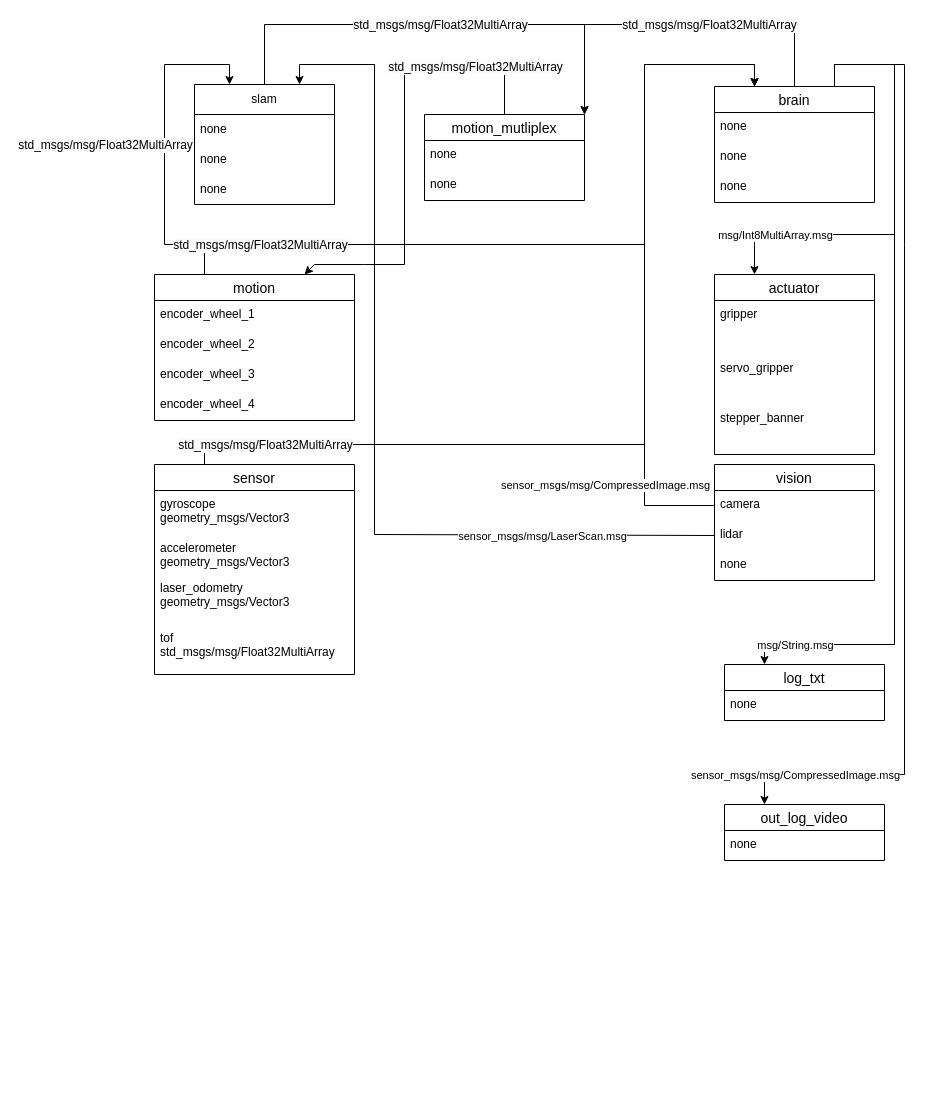
Earlier version of the draw.io diagram software/software_cdf_2025.drawio (Betamax58/coupe-de-france). Source tidied: cells renumbered, new cells numbered last; positions are measured from the earlier drawing's top-left corner, leaving out a move shared by most shapes. Both pictures are drawn from the tidied source at 100%, with x=0, y=0 at pixel (154, 24).
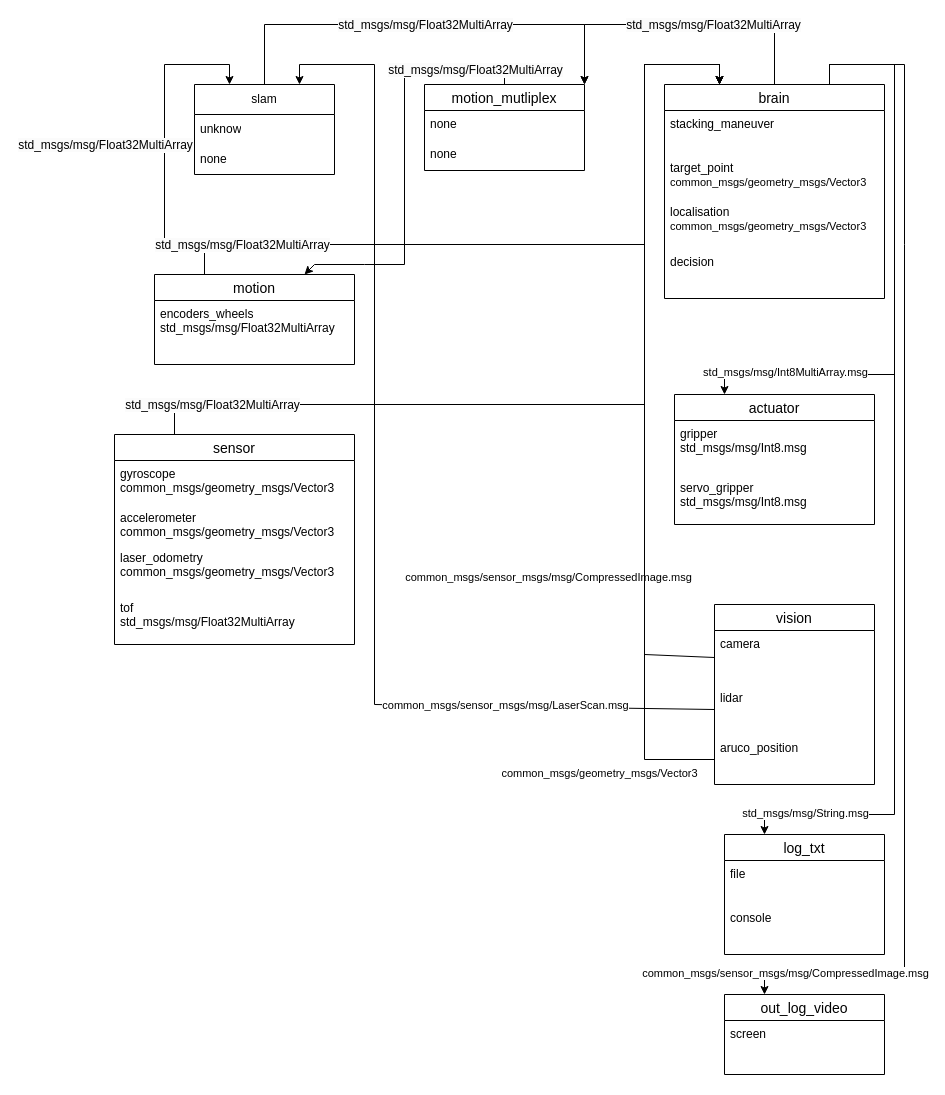
The same diagram, later.

Commit message (it also covers changes not shown here):
Mettre à jour software_cdf_2025.drawio

The change refers to these unchanged cells:
```xml
<mxCell id="47" style="endArrow=classic;html=1;rounded=0;exitX=0.5;exitY=0;exitDx=0;exitDy=0;entryX=0.75;entryY=0;entryDx=0;entryDy=0;" parent="1" edge="1" source="38" target="15">
  <mxGeometry relative="1" as="geometry">
    <Array as="points">
      <mxPoint x="350" y="40" />
      <mxPoint x="250" y="40" />
      <mxPoint x="250" y="240" />
      <mxPoint x="210" y="240" />
      <mxPoint x="160" y="240" />
    </Array>
  </mxGeometry>
</mxCell>
```

Change to the diagram source:
```diff
@@
     <mxCell id="2" value="actuator" style="swimlane;fontStyle=0;horizontal=1;startSize=26;align=center;fontSize=14;" parent="1" vertex="1">
-      <mxGeometry x="560" y="250" width="160" height="180" as="geometry" />
+      <mxGeometry x="520" y="370" width="200" height="130" as="geometry" />
     </mxCell>
-    <mxCell id="3" value="gripper" style="text;strokeColor=none;fillColor=none;spacingLeft=4;spacingRight=4;overflow=hidden;fontSize=12;whiteSpace=wrap;html=1;" parent="2" vertex="1">
-      <mxGeometry y="26" width="160" height="54" as="geometry" />
+    <mxCell id="3" value="gripper&lt;br&gt;&lt;div&gt;std_msgs/msg&lt;span style=&quot;background-color: initial;&quot;&gt;/Int8.msg&lt;/span&gt;&lt;/div&gt;&lt;div&gt;&lt;br&gt;&lt;/div&gt;" style="text;strokeColor=none;fillColor=none;spacingLeft=4;spacingRight=4;overflow=hidden;fontSize=12;whiteSpace=wrap;html=1;" parent="2" vertex="1">
+      <mxGeometry y="26" width="200" height="54" as="geometry" />
     </mxCell>
-    <mxCell id="4" value="servo_gripper" style="text;strokeColor=none;fillColor=none;spacingLeft=4;spacingRight=4;overflow=hidden;fontSize=12;whiteSpace=wrap;html=1;" parent="2" vertex="1">
-      <mxGeometry y="80" width="160" height="50" as="geometry" />
+    <mxCell id="4" value="servo_gripper&lt;br&gt;std_msgs/msg&lt;span style=&quot;background-color: initial;&quot;&gt;/Int8.msg&lt;/span&gt;" style="text;strokeColor=none;fillColor=none;spacingLeft=4;spacingRight=4;overflow=hidden;fontSize=12;whiteSpace=wrap;html=1;" parent="2" vertex="1">
+      <mxGeometry y="80" width="200" height="50" as="geometry" />
     </mxCell>
-    <mxCell id="5" value="stepper_banner" style="text;strokeColor=none;fillColor=none;spacingLeft=4;spacingRight=4;overflow=hidden;fontSize=12;whiteSpace=wrap;html=1;" parent="2" vertex="1">
-      <mxGeometry y="130" width="160" height="50" as="geometry" />
-    </mxCell>
     <mxCell id="6" value="vision" style="swimlane;fontStyle=0;horizontal=1;startSize=26;align=center;fontSize=14;" parent="1" vertex="1">
-      <mxGeometry x="560" y="440" width="160" height="116" as="geometry" />
+      <mxGeometry x="560" y="580" width="160" height="180" as="geometry" />
     </mxCell>
     <mxCell id="7" value="camera" style="text;strokeColor=none;fillColor=none;spacingLeft=4;spacingRight=4;overflow=hidden;points=[[0,0.5],[1,0.5]];portConstraint=eastwest;fontSize=12;whiteSpace=wrap;html=1;" parent="6" vertex="1">
-      <mxGeometry y="26" width="160" height="30" as="geometry" />
+      <mxGeometry y="26" width="160" height="54" as="geometry" />
     </mxCell>
     <mxCell id="8" value="lidar" style="text;strokeColor=none;fillColor=none;spacingLeft=4;spacingRight=4;overflow=hidden;points=[[0,0.5],[1,0.5]];portConstraint=eastwest;fontSize=12;whiteSpace=wrap;html=1;" parent="6" vertex="1">
-      <mxGeometry y="56" width="160" height="30" as="geometry" />
+      <mxGeometry y="80" width="160" height="50" as="geometry" />
     </mxCell>
-    <mxCell id="9" value="none" style="text;strokeColor=none;fillColor=none;spacingLeft=4;spacingRight=4;overflow=hidden;points=[[0,0.5],[1,0.5]];portConstraint=eastwest;fontSize=12;whiteSpace=wrap;html=1;" parent="6" vertex="1">
-      <mxGeometry y="86" width="160" height="30" as="geometry" />
+    <mxCell id="9" value="aruco_position" style="text;strokeColor=none;fillColor=none;spacingLeft=4;spacingRight=4;overflow=hidden;points=[[0,0.5],[1,0.5]];portConstraint=eastwest;fontSize=12;whiteSpace=wrap;html=1;" parent="6" vertex="1">
+      <mxGeometry y="130" width="160" height="50" as="geometry" />
     </mxCell>
     <mxCell id="10" value="sensor" style="swimlane;fontStyle=0;horizontal=1;startSize=26;align=center;fontSize=14;" parent="1" vertex="1">
-      <mxGeometry y="440" width="200" height="210" as="geometry" />
+      <mxGeometry x="-40" y="410" width="240" height="210" as="geometry" />
     </mxCell>
-    <mxCell id="11" value="gyroscope&lt;br&gt;geometry_msgs/Vector3" style="text;strokeColor=none;fillColor=none;spacingLeft=4;spacingRight=4;overflow=hidden;fontSize=12;whiteSpace=wrap;html=1;" parent="10" vertex="1">
-      <mxGeometry y="26" width="200" height="44" as="geometry" />
+    <mxCell id="11" value="gyroscope&lt;br&gt;common_msgs/geometry_msgs/Vector3" style="text;strokeColor=none;fillColor=none;spacingLeft=4;spacingRight=4;overflow=hidden;fontSize=12;whiteSpace=wrap;html=1;" parent="10" vertex="1">
+      <mxGeometry y="26" width="240" height="44" as="geometry" />
     </mxCell>
-    <mxCell id="12" value="accelerometer&lt;div&gt;geometry_msgs/Vector3&lt;/div&gt;" style="text;strokeColor=none;fillColor=none;spacingLeft=4;spacingRight=4;overflow=hidden;fontSize=12;whiteSpace=wrap;html=1;" parent="10" vertex="1">
-      <mxGeometry y="70" width="200" height="40" as="geometry" />
+    <mxCell id="12" value="accelerometer&lt;br&gt;common_msgs/&lt;span style=&quot;background-color: initial;&quot;&gt;geometry_msgs/Vector3&lt;/span&gt;" style="text;strokeColor=none;fillColor=none;spacingLeft=4;spacingRight=4;overflow=hidden;fontSize=12;whiteSpace=wrap;html=1;" parent="10" vertex="1">
+      <mxGeometry y="70" width="240" height="40" as="geometry" />
     </mxCell>
-    <mxCell id="13" value="laser_odometry&lt;div&gt;geometry_msgs/Vector3&lt;/div&gt;" style="text;strokeColor=none;fillColor=none;spacingLeft=4;spacingRight=4;overflow=hidden;fontSize=12;whiteSpace=wrap;html=1;" parent="10" vertex="1">
-      <mxGeometry y="110" width="200" height="50" as="geometry" />
+    <mxCell id="13" value="laser_odometry&lt;br&gt;common_msgs/&lt;span style=&quot;background-color: initial;&quot;&gt;geometry_msgs/Vector3&lt;/span&gt;" style="text;strokeColor=none;fillColor=none;spacingLeft=4;spacingRight=4;overflow=hidden;fontSize=12;whiteSpace=wrap;html=1;" parent="10" vertex="1">
+      <mxGeometry y="110" width="240" height="50" as="geometry" />
     </mxCell>
     <mxCell id="14" value="tof&lt;div&gt;std_msgs/msg/Float32MultiArray&lt;/div&gt;" style="text;strokeColor=none;fillColor=none;spacingLeft=4;spacingRight=4;overflow=hidden;fontSize=12;whiteSpace=wrap;html=1;" parent="10" vertex="1">
-      <mxGeometry y="160" width="200" height="50" as="geometry" />
+      <mxGeometry y="160" width="240" height="50" as="geometry" />
     </mxCell>
     <mxCell id="15" value="motion" style="swimlane;fontStyle=0;horizontal=1;startSize=26;align=center;fontSize=14;" parent="1" vertex="1">
-      <mxGeometry y="250" width="200" height="146" as="geometry" />
+      <mxGeometry y="250" width="200" height="90" as="geometry" />
     </mxCell>
-    <mxCell id="16" value="encoder_wheel_1" style="text;strokeColor=none;fillColor=none;spacingLeft=4;spacingRight=4;overflow=hidden;fontSize=12;whiteSpace=wrap;html=1;" parent="15" vertex="1">
-      <mxGeometry y="26" width="200" height="30" as="geometry" />
+    <mxCell id="16" value="encoders_wheels&lt;br&gt;std_msgs/msg/Float32MultiArray" style="text;strokeColor=none;fillColor=none;spacingLeft=4;spacingRight=4;overflow=hidden;fontSize=12;whiteSpace=wrap;html=1;" parent="15" vertex="1">
+      <mxGeometry y="26" width="200" height="64" as="geometry" />
     </mxCell>
-    <mxCell id="17" value="encoder_wheel_2" style="text;strokeColor=none;fillColor=none;spacingLeft=4;spacingRight=4;overflow=hidden;fontSize=12;whiteSpace=wrap;html=1;" parent="15" vertex="1">
-      <mxGeometry y="56" width="200" height="30" as="geometry" />
-    </mxCell>
-    <mxCell id="18" value="encoder_wheel_3" style="text;strokeColor=none;fillColor=none;spacingLeft=4;spacingRight=4;overflow=hidden;fontSize=12;whiteSpace=wrap;html=1;" parent="15" vertex="1">
-      <mxGeometry y="86" width="200" height="30" as="geometry" />
-    </mxCell>
-    <mxCell id="19" value="encoder_wheel_4" style="text;strokeColor=none;fillColor=none;spacingLeft=4;spacingRight=4;overflow=hidden;fontSize=12;whiteSpace=wrap;html=1;" parent="15" vertex="1">
-      <mxGeometry y="116" width="200" height="30" as="geometry" />
-    </mxCell>
     <mxCell id="20" value="brain" style="swimlane;fontStyle=0;horizontal=1;startSize=26;align=center;fontSize=14;" parent="1" vertex="1">
-      <mxGeometry x="560" y="62" width="160" height="116" as="geometry" />
+      <mxGeometry x="510" y="60" width="220" height="214" as="geometry" />
     </mxCell>
-    <mxCell id="21" value="none" style="text;strokeColor=none;fillColor=none;spacingLeft=4;spacingRight=4;overflow=hidden;fontSize=12;whiteSpace=wrap;html=1;" parent="20" vertex="1">
-      <mxGeometry y="26" width="160" height="30" as="geometry" />
+    <mxCell id="21" value="stacking_maneuver" style="text;strokeColor=none;fillColor=none;spacingLeft=4;spacingRight=4;overflow=hidden;fontSize=12;whiteSpace=wrap;html=1;" parent="20" vertex="1">
+      <mxGeometry y="26" width="220" height="44" as="geometry" />
     </mxCell>
-    <mxCell id="22" value="none" style="text;strokeColor=none;fillColor=none;spacingLeft=4;spacingRight=4;overflow=hidden;fontSize=12;whiteSpace=wrap;html=1;" parent="20" vertex="1">
-      <mxGeometry y="56" width="160" height="30" as="geometry" />
+    <mxCell id="22" value="target_point&lt;br&gt;&lt;span style=&quot;font-size: 11px; text-align: center; text-wrap-mode: nowrap; background-color: rgb(255, 255, 255);&quot;&gt;common_msgs/geometry_msgs/Vector3&lt;/span&gt;" style="text;strokeColor=none;fillColor=none;spacingLeft=4;spacingRight=4;overflow=hidden;fontSize=12;whiteSpace=wrap;html=1;" parent="20" vertex="1">
+      <mxGeometry y="70" width="220" height="44" as="geometry" />
     </mxCell>
-    <mxCell id="23" value="none" style="text;strokeColor=none;fillColor=none;spacingLeft=4;spacingRight=4;overflow=hidden;fontSize=12;whiteSpace=wrap;html=1;" parent="20" vertex="1">
-      <mxGeometry y="86" width="160" height="30" as="geometry" />
+    <mxCell id="23" value="localisation&lt;div&gt;&lt;span style=&quot;font-size: 11px; text-align: center; text-wrap-mode: nowrap; background-color: rgb(255, 255, 255);&quot;&gt;common_msgs/geometry_msgs/Vector3&lt;/span&gt;&lt;/div&gt;" style="text;strokeColor=none;fillColor=none;spacingLeft=4;spacingRight=4;overflow=hidden;fontSize=12;whiteSpace=wrap;html=1;" parent="20" vertex="1">
+      <mxGeometry y="114" width="220" height="50" as="geometry" />
     </mxCell>
+    <mxCell id="57" value="decision" style="text;strokeColor=none;fillColor=none;spacingLeft=4;spacingRight=4;overflow=hidden;fontSize=12;whiteSpace=wrap;html=1;" parent="20" vertex="1">
+      <mxGeometry y="164" width="220" height="50" as="geometry" />
+    </mxCell>
     <mxCell id="24" value="slam" style="swimlane;fontStyle=0;horizontal=1;startSize=30;whiteSpace=wrap;html=1;" parent="1" vertex="1">
-      <mxGeometry x="40" y="60" width="140" height="120" as="geometry" />
+      <mxGeometry x="40" y="60" width="140" height="90" as="geometry" />
     </mxCell>
-    <mxCell id="25" value="none" style="text;strokeColor=none;fillColor=none;align=left;verticalAlign=middle;spacingLeft=4;spacingRight=4;overflow=hidden;whiteSpace=wrap;html=1;" parent="24" vertex="1">
+    <mxCell id="25" value="unknow" style="text;strokeColor=none;fillColor=none;align=left;verticalAlign=middle;spacingLeft=4;spacingRight=4;overflow=hidden;whiteSpace=wrap;html=1;" parent="24" vertex="1">
       <mxGeometry y="30" width="140" height="30" as="geometry" />
     </mxCell>
@@
-    <mxCell id="27" value="none" style="text;strokeColor=none;fillColor=none;align=left;verticalAlign=middle;spacingLeft=4;spacingRight=4;overflow=hidden;whiteSpace=wrap;html=1;" parent="24" vertex="1">
-      <mxGeometry y="90" width="140" height="30" as="geometry" />
-    </mxCell>
@@
     <mxCell id="30" style="endArrow=classic;html=1;rounded=0;exitX=0;exitY=0.5;exitDx=0;exitDy=0;entryX=0.75;entryY=0;entryDx=0;entryDy=0;" parent="1" edge="1" source="8" target="24">
       <mxGeometry relative="1" as="geometry">
         <Array as="points">
-          <mxPoint x="220" y="510" />
+          <mxPoint x="220" y="680" />
           <mxPoint x="220" y="40" />
           <mxPoint x="145" y="40" />
         </Array>
       </mxGeometry>
     </mxCell>
-    <mxCell id="31" value="sensor_msgs/msg/LaserScan.msg" style="edgeLabel;html=1;align=center;verticalAlign=middle;" parent="30" vertex="1">
+    <mxCell id="31" value="common_msgs/sensor_msgs/msg/LaserScan.msg" style="edgeLabel;html=1;align=center;verticalAlign=middle;" parent="30" vertex="1">
       <mxGeometry relative="1" as="geometry">
-        <mxPoint x="167" y="114" as="offset" />
+        <mxPoint x="130" y="198" as="offset" />
       </mxGeometry>
     </mxCell>
     <mxCell id="32" style="endArrow=classic;html=1;rounded=0;entryX=0.25;entryY=0;entryDx=0;entryDy=0;exitX=0.25;exitY=0;exitDx=0;exitDy=0;" parent="1" edge="1" source="10" target="20">
       <mxGeometry relative="1" as="geometry">
         <Array as="points">
-          <mxPoint x="50" y="420" />
-          <mxPoint x="490" y="420" />
+          <mxPoint x="20" y="380" />
+          <mxPoint x="490" y="380" />
           <mxPoint x="490" y="40" />
-          <mxPoint x="600" y="40" />
+          <mxPoint x="565" y="40" />
         </Array>
       </mxGeometry>
     </mxCell>
     <mxCell id="33" value="&lt;span style=&quot;font-size: 12px; text-align: left; text-wrap-mode: wrap; background-color: rgb(251, 251, 251);&quot;&gt;std_msgs/msg/Float32MultiArray&lt;/span&gt;" style="edgeLabel;html=1;align=center;verticalAlign=middle;" parent="32" vertex="1">
       <mxGeometry relative="1" as="geometry">
-        <mxPoint x="-380" y="26" as="offset" />
+        <mxPoint x="-401" as="offset" />
       </mxGeometry>
     </mxCell>
     <mxCell id="34" style="endArrow=classic;html=1;rounded=0;exitX=0.75;exitY=0;exitDx=0;exitDy=0;entryX=0.25;entryY=0;entryDx=0;entryDy=0;" parent="1" edge="1" source="20" target="2">
       <mxGeometry relative="1" as="geometry">
         <Array as="points">
-          <mxPoint x="680" y="40" />
+          <mxPoint x="675" y="40" />
           <mxPoint x="740" y="40" />
-          <mxPoint x="740" y="210" />
-          <mxPoint x="600" y="210" />
+          <mxPoint x="740" y="350" />
+          <mxPoint x="570" y="350" />
         </Array>
       </mxGeometry>
     </mxCell>
-    <mxCell id="35" value="msg/Int8MultiArray.msg" style="edgeLabel;html=1;align=center;verticalAlign=middle;" parent="34" vertex="1">
+    <mxCell id="35" value="std_msgs/msg/Int8MultiArray.msg" style="edgeLabel;html=1;align=center;verticalAlign=middle;" parent="34" vertex="1">
       <mxGeometry relative="1" as="geometry">
-        <mxPoint x="-120" y="36" as="offset" />
+        <mxPoint x="-110" y="99" as="offset" />
       </mxGeometry>
     </mxCell>
     <mxCell id="36" style="endArrow=classic;html=1;rounded=0;exitX=0;exitY=0.5;exitDx=0;exitDy=0;entryX=0.25;entryY=0;entryDx=0;entryDy=0;" parent="1" edge="1" source="7" target="20">
       <mxGeometry relative="1" as="geometry">
         <Array as="points">
-          <mxPoint x="490" y="481" />
+          <mxPoint x="490" y="630" />
           <mxPoint x="490" y="40" />
-          <mxPoint x="600" y="40" />
+          <mxPoint x="565" y="40" />
         </Array>
       </mxGeometry>
     </mxCell>
-    <mxCell id="37" value="sensor_msgs/msg/CompressedImage.msg" style="edgeLabel;html=1;align=center;verticalAlign=middle;" parent="36" vertex="1">
+    <mxCell id="37" value="common_msgs/sensor_msgs/msg/CompressedImage.msg" style="edgeLabel;html=1;align=center;verticalAlign=middle;" parent="36" vertex="1">
       <mxGeometry relative="1" as="geometry">
-        <mxPoint x="-40" y="231" as="offset" />
+        <mxPoint x="-97" y="230" as="offset" />
       </mxGeometry>
     </mxCell>
     <mxCell id="38" value="motion_mutliplex" style="swimlane;fontStyle=0;horizontal=1;startSize=26;align=center;fontSize=14;" parent="1" vertex="1">
-      <mxGeometry x="270" y="90" width="160" height="86" as="geometry" />
+      <mxGeometry x="270" y="60" width="160" height="86" as="geometry" />
     </mxCell>
@@
     <mxCell id="41" style="endArrow=classic;html=1;rounded=0;exitX=0.5;exitY=0;exitDx=0;exitDy=0;entryX=1;entryY=0;entryDx=0;entryDy=0;" parent="1" edge="1" source="20" target="38">
       <mxGeometry relative="1" as="geometry">
         <Array as="points">
-          <mxPoint x="640" />
+          <mxPoint x="620" />
           <mxPoint x="430" />
         </Array>
       </mxGeometry>
     </mxCell>
@@
     <mxCell id="45" style="endArrow=classic;html=1;rounded=0;exitX=0.25;exitY=0;exitDx=0;exitDy=0;entryX=0.25;entryY=0;entryDx=0;entryDy=0;" parent="1" edge="1" source="15" target="20">
       <mxGeometry relative="1" as="geometry">
         <Array as="points">
           <mxPoint x="50" y="220" />
           <mxPoint x="120" y="220" />
           <mxPoint x="340" y="220" />
           <mxPoint x="180" y="220" />
           <mxPoint x="160" y="220" />
           <mxPoint x="490" y="220" />
           <mxPoint x="490" y="40" />
-          <mxPoint x="600" y="40" />
+          <mxPoint x="565" y="40" />
         </Array>
       </mxGeometry>
     </mxCell>
@@
     <mxCell id="48" value="&lt;span style=&quot;font-size: 12px; text-align: left; text-wrap-mode: wrap; background-color: rgb(251, 251, 251);&quot;&gt;std_msgs/msg/Float32MultiArray&lt;/span&gt;" style="edgeLabel;html=1;align=center;verticalAlign=middle;" parent="47" vertex="1">
       <mxGeometry relative="1" as="geometry">
-        <mxPoint x="70" y="-75" as="offset" />
+        <mxPoint x="70" y="-87" as="offset" />
       </mxGeometry>
     </mxCell>
     <mxCell id="49" value="log_txt" style="swimlane;fontStyle=0;horizontal=1;startSize=26;align=center;fontSize=14;" parent="1" vertex="1">
-      <mxGeometry x="570" y="640" width="160" height="56" as="geometry" />
+      <mxGeometry x="570" y="810" width="160" height="120" as="geometry" />
     </mxCell>
-    <mxCell id="50" value="none" style="text;strokeColor=none;fillColor=none;spacingLeft=4;spacingRight=4;overflow=hidden;fontSize=12;whiteSpace=wrap;html=1;" parent="49" vertex="1">
-      <mxGeometry y="26" width="160" height="30" as="geometry" />
+    <mxCell id="50" value="file" style="text;strokeColor=none;fillColor=none;spacingLeft=4;spacingRight=4;overflow=hidden;fontSize=12;whiteSpace=wrap;html=1;" parent="49" vertex="1">
+      <mxGeometry y="26" width="160" height="44" as="geometry" />
     </mxCell>
+    <mxCell id="58" value="console" style="text;strokeColor=none;fillColor=none;spacingLeft=4;spacingRight=4;overflow=hidden;fontSize=12;whiteSpace=wrap;html=1;" parent="49" vertex="1">
+      <mxGeometry y="70" width="160" height="50" as="geometry" />
+    </mxCell>
     <mxCell id="51" style="endArrow=classic;html=1;rounded=0;exitX=0.75;exitY=0;exitDx=0;exitDy=0;entryX=0.25;entryY=0;entryDx=0;entryDy=0;" parent="1" edge="1" source="20" target="49">
       <mxGeometry relative="1" as="geometry">
         <Array as="points">
-          <mxPoint x="680" y="40" />
+          <mxPoint x="675" y="40" />
           <mxPoint x="740" y="40" />
           <mxPoint x="740" y="210" />
-          <mxPoint x="740" y="620" />
-          <mxPoint x="610" y="620" />
+          <mxPoint x="740" y="790" />
+          <mxPoint x="610" y="790" />
         </Array>
       </mxGeometry>
     </mxCell>
-    <mxCell id="52" value="msg/String.msg" style="edgeLabel;html=1;align=center;verticalAlign=middle;" parent="51" vertex="1">
+    <mxCell id="52" value="std_msgs/msg/String.msg" style="edgeLabel;html=1;align=center;verticalAlign=middle;" parent="51" vertex="1">
       <mxGeometry relative="1" as="geometry">
-        <mxPoint x="-100" y="256" as="offset" />
+        <mxPoint x="-90" y="340" as="offset" />
       </mxGeometry>
     </mxCell>
     <mxCell id="53" value="out_log_video" style="swimlane;fontStyle=0;horizontal=1;startSize=26;align=center;fontSize=14;" parent="1" vertex="1">
-      <mxGeometry x="570" y="780" width="160" height="56" as="geometry" />
+      <mxGeometry x="570" y="970" width="160" height="80" as="geometry" />
     </mxCell>
-    <mxCell id="54" value="none" style="text;strokeColor=none;fillColor=none;spacingLeft=4;spacingRight=4;overflow=hidden;fontSize=12;whiteSpace=wrap;html=1;" parent="53" vertex="1">
-      <mxGeometry y="26" width="160" height="30" as="geometry" />
+    <mxCell id="54" value="screen" style="text;strokeColor=none;fillColor=none;spacingLeft=4;spacingRight=4;overflow=hidden;fontSize=12;whiteSpace=wrap;html=1;" parent="53" vertex="1">
+      <mxGeometry y="26" width="160" height="54" as="geometry" />
     </mxCell>
     <mxCell id="55" style="endArrow=classic;html=1;rounded=0;exitX=0.75;exitY=0;exitDx=0;exitDy=0;entryX=0.25;entryY=0;entryDx=0;entryDy=0;" parent="1" edge="1" source="20" target="53">
       <mxGeometry relative="1" as="geometry">
         <Array as="points">
-          <mxPoint x="680" y="40" />
+          <mxPoint x="675" y="40" />
           <mxPoint x="750" y="40" />
           <mxPoint x="750" y="220" />
-          <mxPoint x="750" y="750" />
-          <mxPoint x="610" y="750" />
+          <mxPoint x="750" y="950" />
+          <mxPoint x="610" y="950" />
         </Array>
       </mxGeometry>
     </mxCell>
-    <mxCell id="56" value="sensor_msgs/msg/CompressedImage.msg" style="edgeLabel;html=1;align=center;verticalAlign=middle;" parent="55" vertex="1">
+    <mxCell id="56" value="common_msgs/sensor_msgs/msg/CompressedImage.msg" style="edgeLabel;html=1;align=center;verticalAlign=middle;" parent="55" vertex="1">
       <mxGeometry relative="1" as="geometry">
-        <mxPoint x="-110" y="316" as="offset" />
+        <mxPoint x="-120" y="420" as="offset" />
       </mxGeometry>
     </mxCell>
+    <mxCell id="59" style="endArrow=classic;html=1;rounded=0;exitX=0;exitY=0.5;exitDx=0;exitDy=0;entryX=0.25;entryY=0;entryDx=0;entryDy=0;" parent="1" edge="1" source="9" target="20">
+      <mxGeometry relative="1" as="geometry">
+        <Array as="points">
+          <mxPoint x="490" y="735" />
+          <mxPoint x="490" y="40" />
+          <mxPoint x="565" y="40" />
+        </Array>
+      </mxGeometry>
+    </mxCell>
+    <mxCell id="60" value="common_msgs/geometry_msgs/Vector3" style="edgeLabel;html=1;align=center;verticalAlign=middle;" parent="59" vertex="1">
+      <mxGeometry relative="1" as="geometry">
+        <mxPoint x="-46" y="373" as="offset" />
+      </mxGeometry>
+    </mxCell>
```
